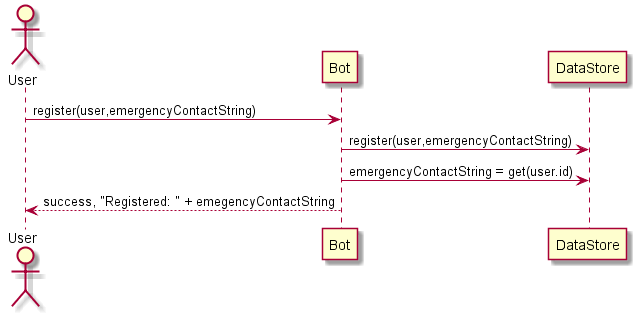
This is dynamic_register.png from surgeforward/911bot, a PlantUML export, as it was before one commit.
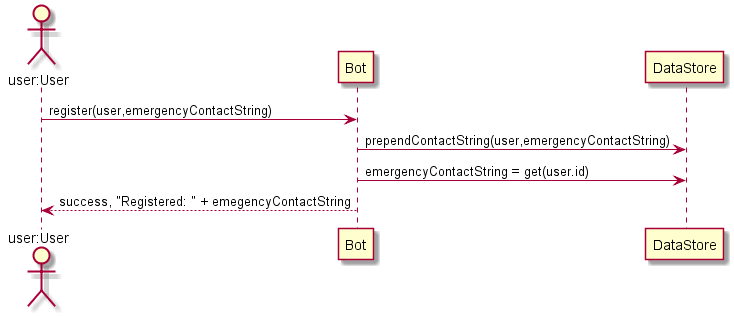
After the change.

Commit message:
Update design for user stories

Diff of the diagram source:
```diff
@@ -1,8 +1,8 @@
 @startuml
 
-actor User
+actor "user:User" as User
 User -> Bot: register(user,emergencyContactString)
-Bot -> DataStore: register(user,emergencyContactString)
+Bot -> DataStore: prependContactString(user,emergencyContactString)
 Bot -> DataStore: emergencyContactString = get(user.id)
 Bot --> User: success, "Registered: " + emegencyContactString
 @enduml
```
